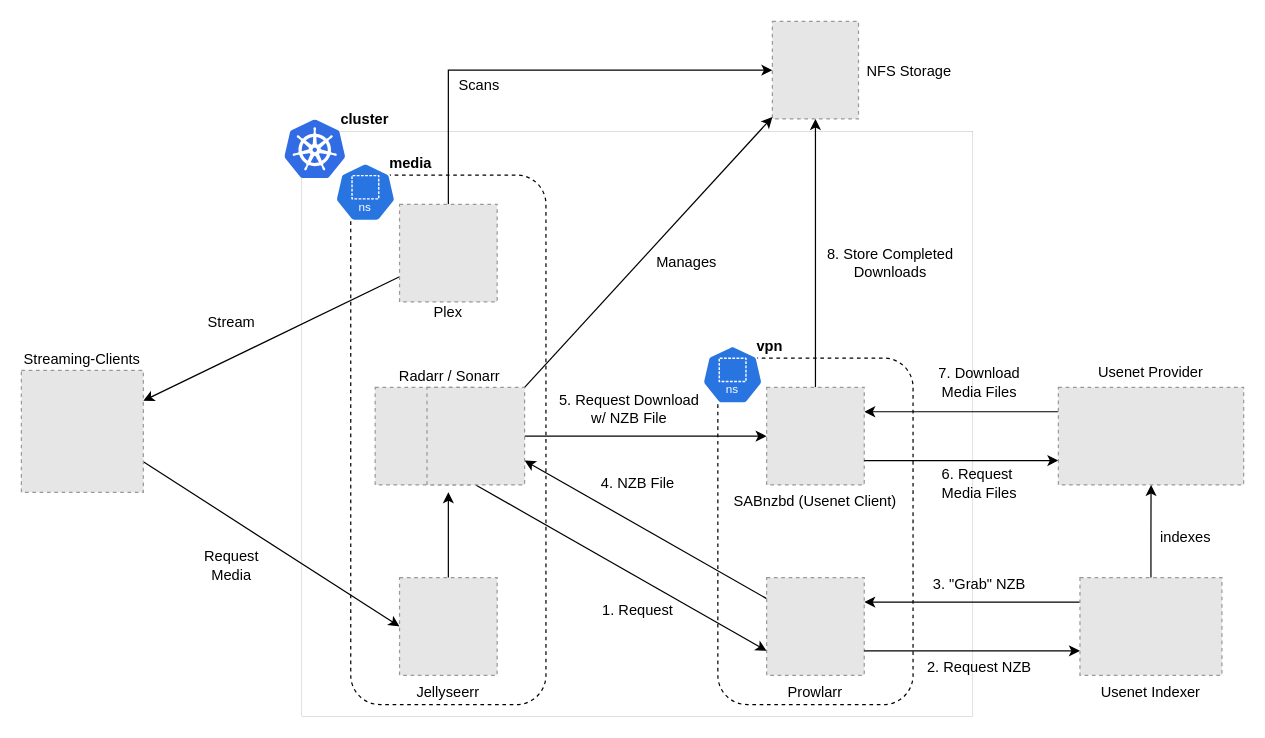
The draw.io diagram diagrams/media_setup.drawio in marvin-steinke/home-server, before the edit. Source tidied: cells renumbered, new cells numbered last; positions are measured from the earlier drawing's top-left corner, leaving out a move shared by most shapes. Both pictures are drawn from the tidied source at 122%, with x=0, y=0 at pixel (21, 21). Pictures stored in the file or linked from it are replaced by grey dashed boxes.
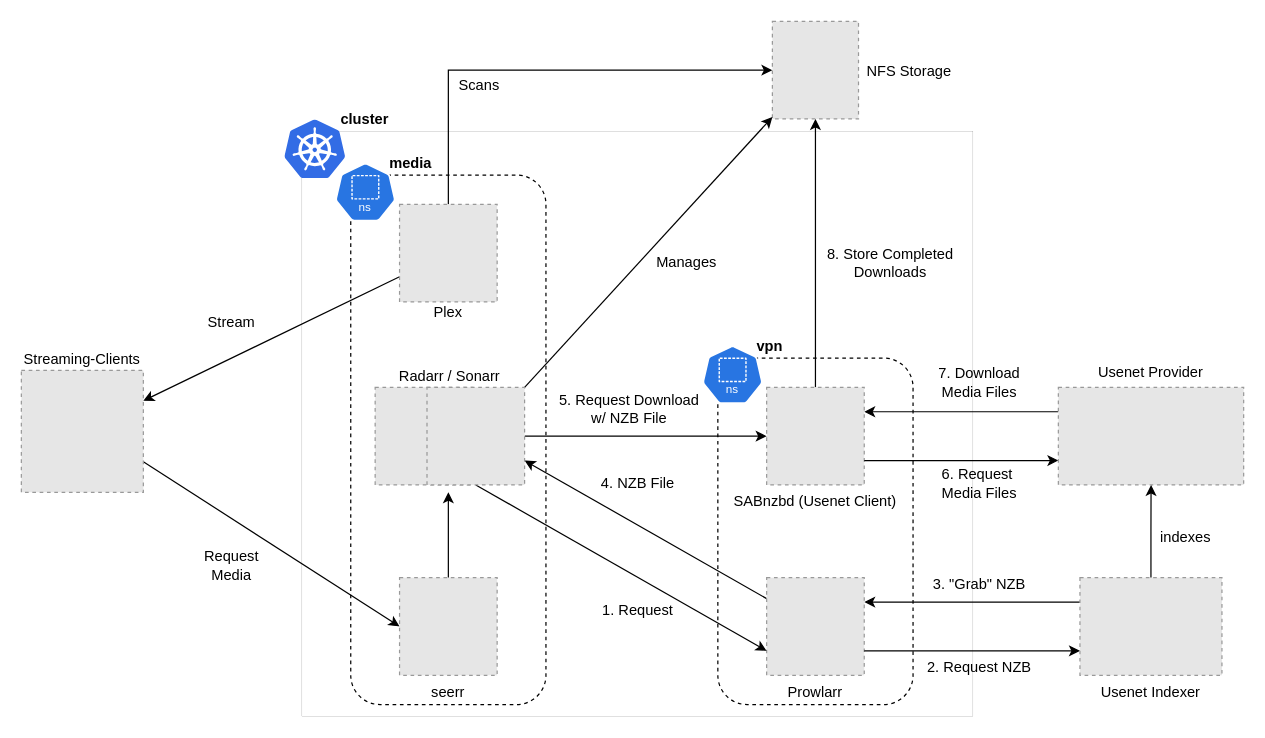
After the change.

Commit message (it also covers changes not shown here):
Migrate from Jellyseer to Seerr (#79)

The edit, as a diff of the source:
```diff
@@
-    <mxCell id="8" value="Jellyseerr" style="fillColor=#E6E6E6;strokeColor=#999999;dashed=1;verticalLabelPosition=bottom;labelBackgroundColor=default;verticalAlign=top;labelPosition=center;align=center;spacingBottom=0;spacingLeft=0;" parent="1" vertex="1">
+    <mxCell id="8" value="seerr" style="fillColor=#E6E6E6;strokeColor=#999999;dashed=1;verticalLabelPosition=bottom;labelBackgroundColor=default;verticalAlign=top;labelPosition=center;align=center;spacingBottom=0;spacingLeft=0;" parent="1" vertex="1">
       <mxGeometry x="310" y="456" width="80" height="80" as="geometry" />
     </mxCell>
```
